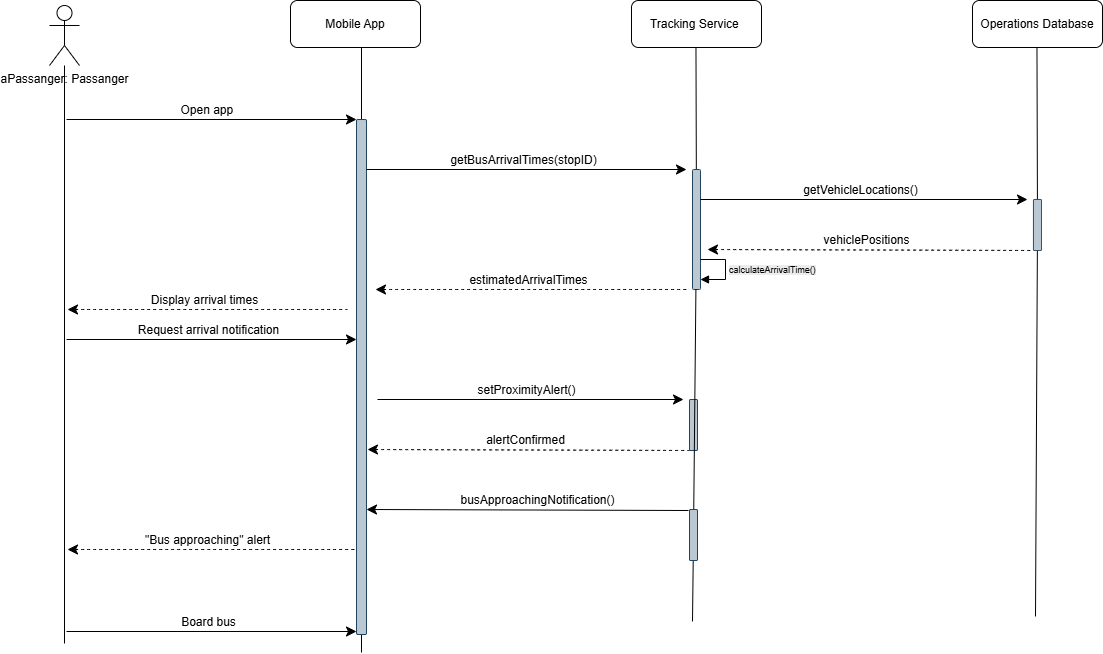
inviona/Software-Engineering-Analysis-and-Design-Project keeps this draw.io diagram as Sequence Diagrams/SequenceDiagramScenario2.png. Above is the earlier version. Source tidied: cells renumbered, new cells last; positions are measured from the earlier drawing's top-left corner, leaving out a move shared by most shapes. Source of this version:
```xml
<mxGraphModel background="#ffffff">
  <root>
    <mxCell id="0" />
    <mxCell id="1" parent="0" />
    <mxCell id="2" style="edgeStyle=none;curved=1;rounded=0;jettySize=auto;html=1;fontSize=12;startSize=8;endSize=8;endArrow=none;startFill=0;" parent="1" edge="1" source="3">
      <mxGeometry relative="1" as="geometry">
        <mxPoint x="15" y="643" as="targetPoint" />
      </mxGeometry>
    </mxCell>
    <mxCell id="3" value="aPassanger: Passanger" style="shape=umlActor;verticalLabelPosition=bottom;verticalAlign=top;html=1;outlineConnect=0;" parent="1" vertex="1">
      <mxGeometry y="5" width="30" height="60" as="geometry" />
    </mxCell>
    <mxCell id="4" value="Mobile App" style="rounded=1;whiteSpace=wrap;html=1;" parent="1" vertex="1">
      <mxGeometry x="241" width="130" height="47" as="geometry" />
    </mxCell>
    <mxCell id="5" value="Tracking Service&amp;nbsp;" style="rounded=1;whiteSpace=wrap;html=1;" parent="1" vertex="1">
      <mxGeometry x="582" width="130" height="47" as="geometry" />
    </mxCell>
    <mxCell id="6" value="Operations Database" style="rounded=1;whiteSpace=wrap;html=1;" parent="1" vertex="1">
      <mxGeometry x="923" width="130" height="47" as="geometry" />
    </mxCell>
    <mxCell id="7" style="edgeStyle=none;curved=1;rounded=0;jettySize=auto;html=1;fontSize=12;startSize=8;endSize=8;endArrow=none;startFill=0;" parent="1" edge="1" source="11">
      <mxGeometry relative="1" as="geometry">
        <mxPoint x="312" y="652" as="targetPoint" />
      </mxGeometry>
    </mxCell>
    <mxCell id="8" style="edgeStyle=none;curved=1;rounded=0;jettySize=auto;html=1;fontSize=12;startSize=8;endSize=8;endArrow=none;startFill=0;" parent="1" edge="1" source="40">
      <mxGeometry relative="1" as="geometry">
        <mxPoint x="643" y="621" as="targetPoint" />
      </mxGeometry>
    </mxCell>
    <mxCell id="9" style="edgeStyle=none;curved=1;rounded=0;jettySize=auto;html=1;fontSize=12;startSize=8;endSize=8;endArrow=none;startFill=0;" parent="1" edge="1" source="23">
      <mxGeometry relative="1" as="geometry">
        <mxPoint x="986" y="616" as="targetPoint" />
      </mxGeometry>
    </mxCell>
    <mxCell id="10" style="edgeStyle=none;curved=1;rounded=0;jettySize=auto;html=1;fontSize=12;startSize=8;endSize=8;endArrow=none;startFill=0;" parent="1" edge="1" target="11">
      <mxGeometry relative="1" as="geometry">
        <mxPoint x="312" y="47" as="sourcePoint" />
      </mxGeometry>
    </mxCell>
    <mxCell id="11" style="rounded=1;whiteSpace=wrap;html=1;fillColor=#bac8d3;strokeColor=#23445d;" parent="1" vertex="1">
      <mxGeometry x="307" y="119" width="10" height="515" as="geometry" />
    </mxCell>
    <mxCell id="12" style="endArrow=classic;html=1;rounded=0;fontSize=12;startSize=8;endSize=8;curved=1;" parent="1" edge="1">
      <mxGeometry relative="1" as="geometry">
        <mxPoint x="17" y="119" as="sourcePoint" />
        <mxPoint x="307" y="119" as="targetPoint" />
      </mxGeometry>
    </mxCell>
    <mxCell id="13" value="Open app&amp;nbsp;" style="edgeLabel;html=1;align=center;verticalAlign=middle;fontSize=12;" parent="12" vertex="1">
      <mxGeometry relative="1" as="geometry">
        <mxPoint x="-4" y="-10" as="offset" />
      </mxGeometry>
    </mxCell>
    <mxCell id="14" style="endArrow=classic;html=1;rounded=0;fontSize=12;startSize=8;endSize=8;curved=1;" parent="1" edge="1">
      <mxGeometry relative="1" as="geometry">
        <mxPoint x="317" y="169" as="sourcePoint" />
        <mxPoint x="637" y="169" as="targetPoint" />
      </mxGeometry>
    </mxCell>
    <mxCell id="15" value="getBusArrivalTimes(stopID)" style="edgeLabel;html=1;align=center;verticalAlign=middle;fontSize=12;" parent="14" vertex="1">
      <mxGeometry relative="1" as="geometry">
        <mxPoint x="-4" y="-10" as="offset" />
      </mxGeometry>
    </mxCell>
    <mxCell id="16" style="edgeStyle=none;curved=1;rounded=0;jettySize=auto;html=1;fontSize=12;startSize=8;endSize=8;endArrow=none;startFill=0;" parent="1" edge="1" target="17">
      <mxGeometry relative="1" as="geometry">
        <mxPoint x="646.5" y="47" as="sourcePoint" />
      </mxGeometry>
    </mxCell>
    <mxCell id="17" style="rounded=1;whiteSpace=wrap;html=1;fillColor=#bac8d3;strokeColor=#23445d;" parent="1" vertex="1">
      <mxGeometry x="643" y="169" width="8" height="120" as="geometry" />
    </mxCell>
    <mxCell id="18" style="endArrow=none;html=1;rounded=0;fontSize=12;startSize=8;endSize=8;curved=1;startArrow=classic;startFill=1;dashed=1;" parent="1" edge="1">
      <mxGeometry relative="1" as="geometry">
        <mxPoint x="326" y="289" as="sourcePoint" />
        <mxPoint x="638" y="289" as="targetPoint" />
      </mxGeometry>
    </mxCell>
    <mxCell id="19" value="estimatedArrivalTimes" style="edgeLabel;html=1;align=center;verticalAlign=middle;fontSize=12;" parent="18" vertex="1">
      <mxGeometry relative="1" as="geometry">
        <mxPoint x="-4" y="-10" as="offset" />
      </mxGeometry>
    </mxCell>
    <mxCell id="20" style="endArrow=classic;html=1;rounded=0;fontSize=12;startSize=8;endSize=8;curved=1;" parent="1" edge="1">
      <mxGeometry relative="1" as="geometry">
        <mxPoint x="651" y="199" as="sourcePoint" />
        <mxPoint x="978" y="199" as="targetPoint" />
      </mxGeometry>
    </mxCell>
    <mxCell id="21" value="getVehicleLocations()" style="edgeLabel;html=1;align=center;verticalAlign=middle;fontSize=12;" parent="20" vertex="1">
      <mxGeometry relative="1" as="geometry">
        <mxPoint x="-4" y="-10" as="offset" />
      </mxGeometry>
    </mxCell>
    <mxCell id="22" style="edgeStyle=none;curved=1;rounded=0;jettySize=auto;html=1;fontSize=12;startSize=8;endSize=8;endArrow=none;startFill=0;" parent="1" edge="1" target="23">
      <mxGeometry relative="1" as="geometry">
        <mxPoint x="987.5" y="47" as="sourcePoint" />
      </mxGeometry>
    </mxCell>
    <mxCell id="23" style="rounded=1;whiteSpace=wrap;html=1;fillColor=#bac8d3;strokeColor=#23445d;" parent="1" vertex="1">
      <mxGeometry x="984" y="199" width="8" height="51" as="geometry" />
    </mxCell>
    <mxCell id="24" style="endArrow=none;html=1;rounded=0;fontSize=12;startSize=8;endSize=8;curved=1;startArrow=classic;startFill=1;dashed=1;" parent="1" edge="1">
      <mxGeometry relative="1" as="geometry">
        <mxPoint x="658" y="249" as="sourcePoint" />
        <mxPoint x="984" y="250" as="targetPoint" />
      </mxGeometry>
    </mxCell>
    <mxCell id="25" value="vehiclePositions" style="edgeLabel;html=1;align=center;verticalAlign=middle;fontSize=12;" parent="24" vertex="1">
      <mxGeometry relative="1" as="geometry">
        <mxPoint x="-4" y="-10" as="offset" />
      </mxGeometry>
    </mxCell>
    <mxCell id="26" style="endArrow=none;html=1;rounded=0;fontSize=12;startSize=8;endSize=8;curved=1;startFill=1;startArrow=classic;dashed=1;" parent="1" edge="1">
      <mxGeometry relative="1" as="geometry">
        <mxPoint x="18" y="549" as="sourcePoint" />
        <mxPoint x="305" y="549" as="targetPoint" />
      </mxGeometry>
    </mxCell>
    <mxCell id="27" value="&quot;Bus approaching&quot; alert" style="edgeLabel;html=1;align=center;verticalAlign=middle;fontSize=12;" parent="26" vertex="1">
      <mxGeometry relative="1" as="geometry">
        <mxPoint x="-4" y="-10" as="offset" />
      </mxGeometry>
    </mxCell>
    <mxCell id="28" style="endArrow=classic;html=1;rounded=0;fontSize=12;startSize=8;endSize=8;curved=1;startFill=0;startArrow=none;endFill=1;" parent="1" edge="1">
      <mxGeometry relative="1" as="geometry">
        <mxPoint x="17" y="631" as="sourcePoint" />
        <mxPoint x="307" y="631" as="targetPoint" />
      </mxGeometry>
    </mxCell>
    <mxCell id="29" value="Board bus" style="edgeLabel;html=1;align=center;verticalAlign=middle;fontSize=12;" parent="28" vertex="1">
      <mxGeometry relative="1" as="geometry">
        <mxPoint x="-4" y="-10" as="offset" />
      </mxGeometry>
    </mxCell>
    <mxCell id="30" style="endArrow=none;html=1;rounded=0;fontSize=12;startSize=8;endSize=8;curved=1;startArrow=classic;startFill=1;dashed=1;" parent="1" edge="1">
      <mxGeometry relative="1" as="geometry">
        <mxPoint x="18" y="309" as="sourcePoint" />
        <mxPoint x="298" y="309" as="targetPoint" />
      </mxGeometry>
    </mxCell>
    <mxCell id="31" value="Display arrival times" style="edgeLabel;html=1;align=center;verticalAlign=middle;fontSize=12;" parent="30" vertex="1">
      <mxGeometry relative="1" as="geometry">
        <mxPoint x="-4" y="-10" as="offset" />
      </mxGeometry>
    </mxCell>
    <mxCell id="32" style="endArrow=classic;html=1;rounded=0;fontSize=12;startSize=8;endSize=8;curved=1;" parent="1" edge="1">
      <mxGeometry relative="1" as="geometry">
        <mxPoint x="17" y="339" as="sourcePoint" />
        <mxPoint x="307" y="339" as="targetPoint" />
      </mxGeometry>
    </mxCell>
    <mxCell id="33" value="Request arrival notification" style="edgeLabel;html=1;align=center;verticalAlign=middle;fontSize=12;" parent="32" vertex="1">
      <mxGeometry relative="1" as="geometry">
        <mxPoint x="-4" y="-10" as="offset" />
      </mxGeometry>
    </mxCell>
    <mxCell id="34" style="endArrow=classic;html=1;rounded=0;fontSize=12;startSize=8;endSize=8;curved=1;" parent="1" edge="1">
      <mxGeometry relative="1" as="geometry">
        <mxPoint x="328" y="399" as="sourcePoint" />
        <mxPoint x="634" y="399" as="targetPoint" />
      </mxGeometry>
    </mxCell>
    <mxCell id="35" value="setProximityAlert()" style="edgeLabel;html=1;align=center;verticalAlign=middle;fontSize=12;" parent="34" vertex="1">
      <mxGeometry relative="1" as="geometry">
        <mxPoint x="-4" y="-10" as="offset" />
      </mxGeometry>
    </mxCell>
    <mxCell id="36" style="rounded=1;whiteSpace=wrap;html=1;fillColor=#bac8d3;strokeColor=#23445d;" parent="1" vertex="1">
      <mxGeometry x="640" y="399" width="8" height="51" as="geometry" />
    </mxCell>
    <mxCell id="37" style="endArrow=none;html=1;rounded=0;fontSize=12;startSize=8;endSize=8;curved=1;startArrow=classic;startFill=1;dashed=1;" parent="1" edge="1">
      <mxGeometry relative="1" as="geometry">
        <mxPoint x="318" y="449" as="sourcePoint" />
        <mxPoint x="640" y="450" as="targetPoint" />
      </mxGeometry>
    </mxCell>
    <mxCell id="38" value="alertConfirmed" style="edgeLabel;html=1;align=center;verticalAlign=middle;fontSize=12;" parent="37" vertex="1">
      <mxGeometry relative="1" as="geometry">
        <mxPoint x="-4" y="-10" as="offset" />
      </mxGeometry>
    </mxCell>
    <mxCell id="39" style="edgeStyle=none;curved=1;rounded=0;jettySize=auto;html=1;fontSize=12;startSize=8;endSize=8;endArrow=none;startFill=0;" parent="1" edge="1" source="17" target="40">
      <mxGeometry relative="1" as="geometry" />
    </mxCell>
    <mxCell id="40" style="rounded=1;whiteSpace=wrap;html=1;fillColor=#bac8d3;strokeColor=#23445d;" parent="1" vertex="1">
      <mxGeometry x="640" y="509" width="8" height="51" as="geometry" />
    </mxCell>
    <mxCell id="41" style="endArrow=none;html=1;rounded=0;fontSize=12;startSize=8;endSize=8;curved=1;startArrow=classic;startFill=1;" parent="1" edge="1">
      <mxGeometry relative="1" as="geometry">
        <mxPoint x="317" y="509" as="sourcePoint" />
        <mxPoint x="639" y="510" as="targetPoint" />
      </mxGeometry>
    </mxCell>
    <mxCell id="42" value="busApproachingNotification()" style="edgeLabel;html=1;align=center;verticalAlign=middle;fontSize=12;" parent="41" vertex="1">
      <mxGeometry relative="1" as="geometry">
        <mxPoint x="9" y="-10" as="offset" />
      </mxGeometry>
    </mxCell>
    <mxCell id="43" value="&lt;span style=&quot;font-size: 9px; text-align: center; background-color: rgb(236, 236, 236);&quot;&gt;calculateArrivalTime()&lt;/span&gt;" style="html=1;align=left;spacingLeft=2;endArrow=block;rounded=0;edgeStyle=orthogonalEdgeStyle;curved=0;rounded=0;" parent="1" edge="1">
      <mxGeometry relative="1" as="geometry">
        <mxPoint x="651" y="259" as="sourcePoint" />
        <mxPoint x="651" y="279" as="targetPoint" />
        <Array as="points">
          <mxPoint x="676" y="259" />
          <mxPoint x="676" y="279" />
        </Array>
      </mxGeometry>
    </mxCell>
  </root>
</mxGraphModel>
```
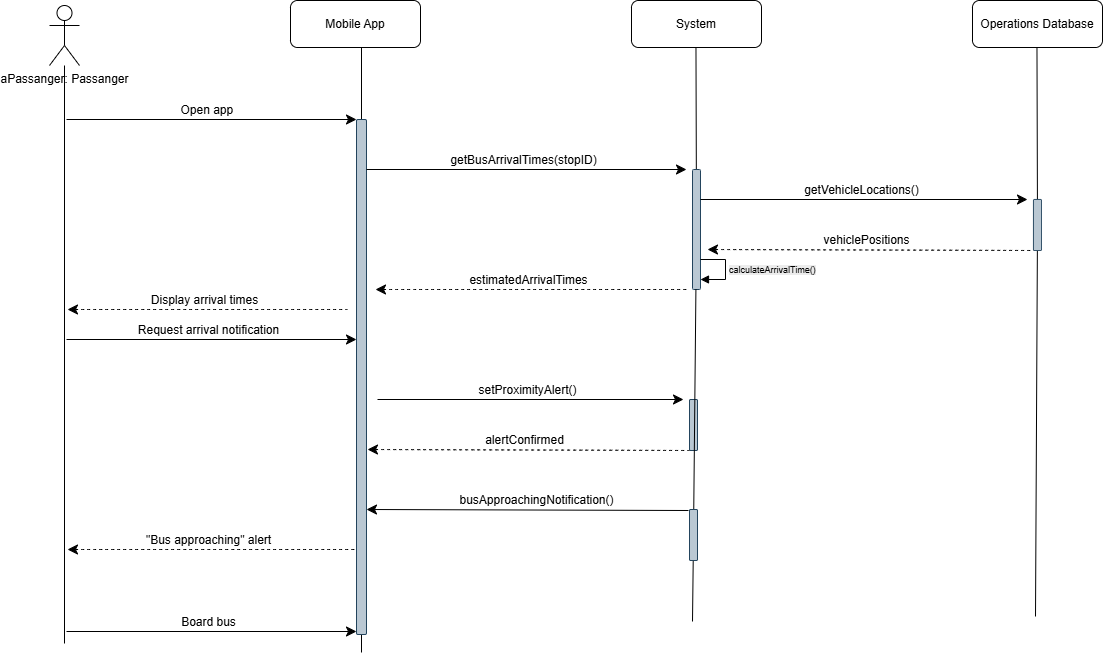
The same diagram one commit later.

Commit message:
sequence diagrams 1, 2 modified

Diff of the diagram source:
```diff
@@ -13,7 +13,7 @@
     <mxCell id="4" value="Mobile App" style="rounded=1;whiteSpace=wrap;html=1;" parent="1" vertex="1">
       <mxGeometry x="241" width="130" height="47" as="geometry" />
     </mxCell>
-    <mxCell id="5" value="Tracking Service&amp;nbsp;" style="rounded=1;whiteSpace=wrap;html=1;" parent="1" vertex="1">
+    <mxCell id="5" value="System" style="rounded=1;whiteSpace=wrap;html=1;" parent="1" vertex="1">
       <mxGeometry x="582" width="130" height="47" as="geometry" />
     </mxCell>
     <mxCell id="6" value="Operations Database" style="rounded=1;whiteSpace=wrap;html=1;" parent="1" vertex="1">
```
